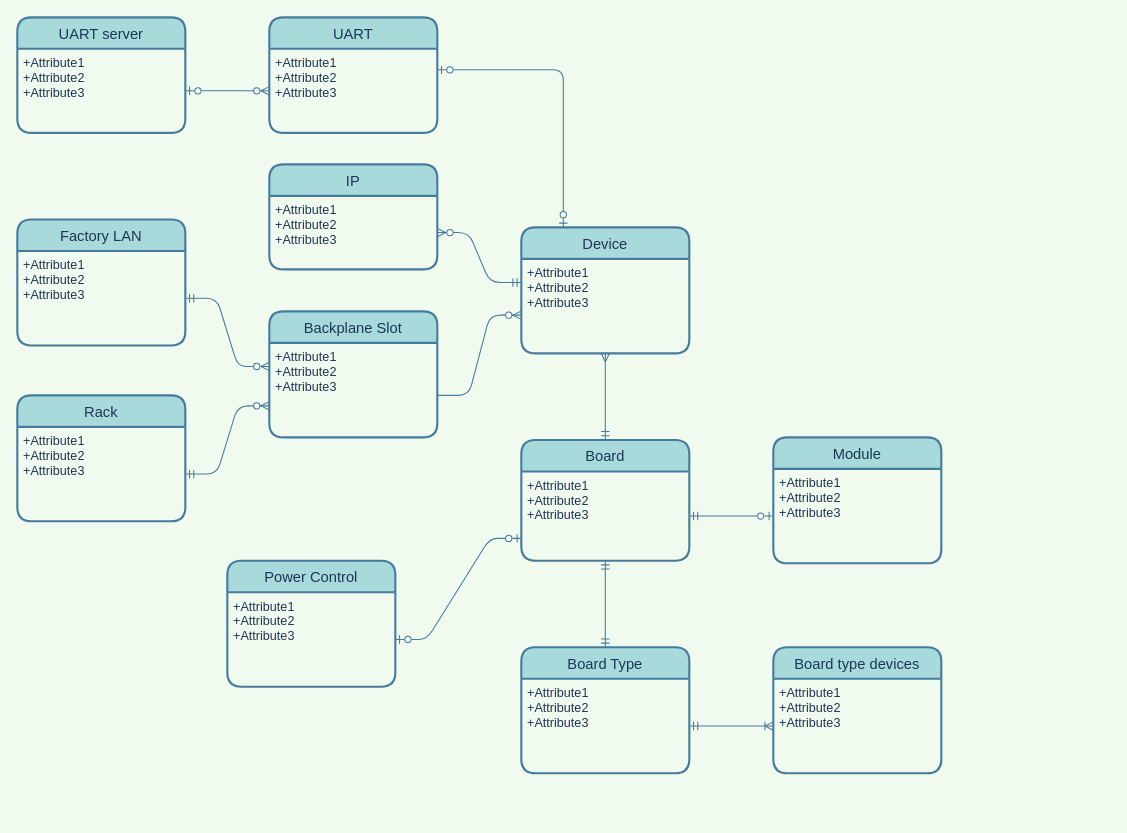
This is ConfManager/models/PlatformConfig.drawio from cygerior/LabManager, a draw.io file, before an edit. Source tidied: cells renumbered, new cells numbered last; positions are measured from the earlier drawing's top-left corner, leaving out a move shared by most shapes. Both pictures are drawn from the tidied source at 105%, with x=0, y=0 at pixel (17, 17).
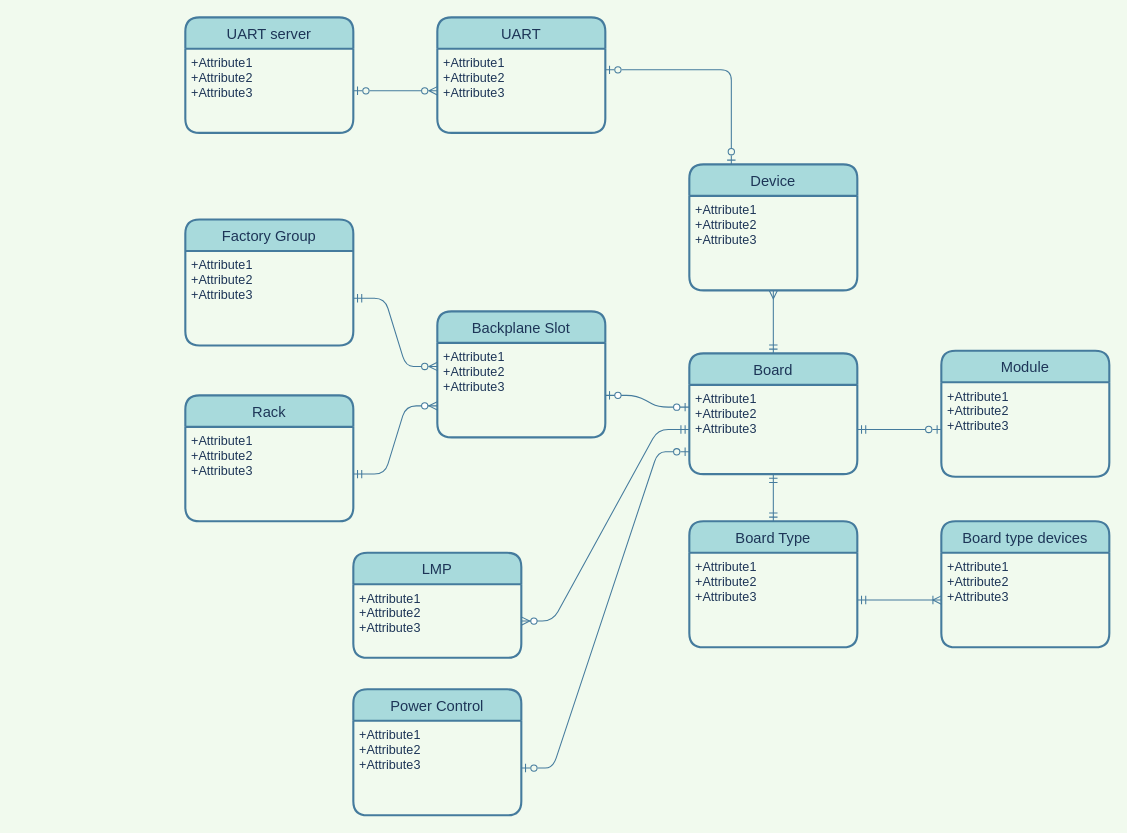
The same diagram, later.

The change refers to these unchanged cells:
```xml
<mxCell id="5" value="+Attribute1&#10;+Attribute2&#10;+Attribute3" style="align=left;strokeColor=none;fillColor=none;spacingLeft=4;fontSize=12;verticalAlign=top;fontColor=#1D3557;" parent="4" vertex="1">
  <mxGeometry y="30" width="160" height="90" as="geometry" />
</mxCell>
<mxCell id="12" value="+Attribute1&#10;+Attribute2&#10;+Attribute3" style="align=left;strokeColor=none;fillColor=none;spacingLeft=4;fontSize=12;verticalAlign=top;fontColor=#1D3557;" parent="11" vertex="1">
  <mxGeometry y="30" width="160" height="85" as="geometry" />
</mxCell>
<mxCell id="27" value="+Attribute1&#10;+Attribute2&#10;+Attribute3" style="align=left;strokeColor=none;fillColor=none;spacingLeft=4;fontSize=12;verticalAlign=top;fontColor=#1D3557;" parent="26" vertex="1">
  <mxGeometry y="30" width="160" height="70" as="geometry" />
</mxCell>
<mxCell id="36" value="+Attribute1&#10;+Attribute2&#10;+Attribute3" style="align=left;strokeColor=none;fillColor=none;spacingLeft=4;fontSize=12;verticalAlign=top;fontColor=#1D3557;" parent="35" vertex="1">
  <mxGeometry y="30" width="160" height="90" as="geometry" />
</mxCell>
```

Diff of the diagram source:
```diff
@@
-    <mxCell id="2" value="Factory LAN" style="swimlane;horizontal=1;startSize=30;rounded=1;fontSize=14;fontStyle=0;strokeWidth=2;shadow=0;dashed=0;align=center;fillColor=#A8DADC;strokeColor=#457B9D;fontColor=#1D3557;" parent="1" vertex="1">
-      <mxGeometry y="192.5" width="160" height="120" as="geometry" />
+    <mxCell id="2" value="Factory Group" style="swimlane;horizontal=1;startSize=30;rounded=1;fontSize=14;fontStyle=0;strokeWidth=2;shadow=0;dashed=0;align=center;fillColor=#A8DADC;strokeColor=#457B9D;fontColor=#1D3557;" parent="1" vertex="1">
+      <mxGeometry x="160" y="192.5" width="160" height="120" as="geometry" />
     </mxCell>
@@
     <mxCell id="4" value="Backplane Slot" style="swimlane;horizontal=1;startSize=30;rounded=1;fontSize=14;fontStyle=0;strokeWidth=2;shadow=0;dashed=0;align=center;fillColor=#A8DADC;strokeColor=#457B9D;fontColor=#1D3557;" parent="1" vertex="1">
-      <mxGeometry x="240" y="280" width="160" height="120" as="geometry" />
+      <mxGeometry x="400" y="280" width="160" height="120" as="geometry" />
     </mxCell>
@@
     <mxCell id="7" value="Rack" style="swimlane;horizontal=1;startSize=30;rounded=1;fontSize=14;fontStyle=0;strokeWidth=2;shadow=0;dashed=0;align=center;fillColor=#A8DADC;strokeColor=#457B9D;fontColor=#1D3557;" parent="1" vertex="1">
-      <mxGeometry y="360" width="160" height="120" as="geometry" />
+      <mxGeometry x="160" y="360" width="160" height="120" as="geometry" />
     </mxCell>
@@
-    <mxCell id="10" style="edgeStyle=entityRelationEdgeStyle;fontSize=12;html=1;endArrow=ERzeroToMany;endFill=1;entryX=0;entryY=0.596;entryDx=0;entryDy=0;exitX=1;exitY=0.556;exitDx=0;exitDy=0;exitPerimeter=0;strokeColor=#457B9D;fontColor=#1D3557;entryPerimeter=0;labelBackgroundColor=#F1FAEE;" parent="1" edge="1" source="5" target="36">
+    <mxCell id="10" style="edgeStyle=entityRelationEdgeStyle;fontSize=12;html=1;endArrow=ERzeroToOne;endFill=1;entryX=0;entryY=0.25;entryDx=0;entryDy=0;exitX=1;exitY=0.556;exitDx=0;exitDy=0;exitPerimeter=0;strokeColor=#457B9D;fontColor=#1D3557;labelBackgroundColor=#F1FAEE;startArrow=ERzeroToOne;startFill=1;" parent="1" edge="1" source="5" target="12">
       <mxGeometry relative="1" as="geometry" />
     </mxCell>
     <mxCell id="11" value="Board" style="swimlane;horizontal=1;startSize=30;rounded=1;fontSize=14;fontStyle=0;strokeWidth=2;shadow=0;dashed=0;align=center;fillColor=#A8DADC;strokeColor=#457B9D;fontColor=#1D3557;" parent="1" vertex="1">
-      <mxGeometry x="480" y="402.5" width="160" height="115" as="geometry" />
+      <mxGeometry x="640" y="320" width="160" height="115" as="geometry" />
     </mxCell>
@@
     <mxCell id="14" value="Module" style="swimlane;horizontal=1;startSize=30;rounded=1;fontSize=14;fontStyle=0;strokeWidth=2;shadow=0;dashed=0;align=center;fillColor=#A8DADC;strokeColor=#457B9D;fontColor=#1D3557;" parent="1" vertex="1">
-      <mxGeometry x="720" y="400" width="160" height="120" as="geometry" />
+      <mxGeometry x="880" y="317.5" width="160" height="120" as="geometry" />
     </mxCell>
@@
     <mxCell id="17" value="Power Control" style="swimlane;horizontal=1;startSize=30;rounded=1;fontSize=14;fontStyle=0;strokeWidth=2;shadow=0;dashed=0;align=center;fillColor=#A8DADC;strokeColor=#457B9D;fontColor=#1D3557;" parent="1" vertex="1">
-      <mxGeometry x="200" y="517.5" width="160" height="120" as="geometry" />
+      <mxGeometry x="320" y="640" width="160" height="120" as="geometry" />
     </mxCell>
@@
     <mxCell id="20" value="Board Type" style="swimlane;horizontal=1;startSize=30;rounded=1;fontSize=14;fontStyle=0;strokeWidth=2;shadow=0;dashed=0;align=center;fillColor=#A8DADC;strokeColor=#457B9D;fontColor=#1D3557;" parent="1" vertex="1">
-      <mxGeometry x="480" y="600" width="160" height="120" as="geometry" />
+      <mxGeometry x="640" y="480" width="160" height="120" as="geometry" />
     </mxCell>
@@
     <mxCell id="22" value="Board type devices" style="swimlane;horizontal=1;startSize=30;rounded=1;fontSize=14;fontStyle=0;strokeWidth=2;shadow=0;dashed=0;align=center;fillColor=#A8DADC;strokeColor=#457B9D;fontColor=#1D3557;" parent="1" vertex="1">
-      <mxGeometry x="720" y="600" width="160" height="120" as="geometry" />
+      <mxGeometry x="880" y="480" width="160" height="120" as="geometry" />
     </mxCell>
@@
-    <mxCell id="26" value="IP" style="swimlane;horizontal=1;startSize=30;rounded=1;fontSize=14;fontStyle=0;strokeWidth=2;shadow=0;dashed=0;align=center;fillColor=#A8DADC;strokeColor=#457B9D;fontColor=#1D3557;" parent="1" vertex="1">
-      <mxGeometry x="240" y="140" width="160" height="100" as="geometry" />
+    <mxCell id="26" value="LMP" style="swimlane;horizontal=1;startSize=30;rounded=1;fontSize=14;fontStyle=0;strokeWidth=2;shadow=0;dashed=0;align=center;fillColor=#A8DADC;strokeColor=#457B9D;fontColor=#1D3557;" parent="1" vertex="1">
+      <mxGeometry x="320" y="510" width="160" height="100" as="geometry" />
     </mxCell>
@@
     <mxCell id="28" value="UART" style="swimlane;horizontal=1;startSize=30;rounded=1;fontSize=14;fontStyle=0;strokeWidth=2;shadow=0;dashed=0;align=center;fillColor=#A8DADC;strokeColor=#457B9D;fontColor=#1D3557;" parent="1" vertex="1">
-      <mxGeometry x="240" width="160" height="110" as="geometry" />
+      <mxGeometry x="400" width="160" height="110" as="geometry" />
     </mxCell>
@@
-    <mxCell id="31" style="edgeStyle=entityRelationEdgeStyle;fontSize=12;html=1;endArrow=ERmandOne;startArrow=ERzeroToMany;fontColor=#1D3557;strokeColor=#457B9D;fillColor=#A8DADC;exitX=1;exitY=0.5;exitDx=0;exitDy=0;entryX=0;entryY=0.25;entryDx=0;entryDy=0;endFill=0;startFill=1;labelBackgroundColor=#F1FAEE;" parent="1" edge="1" source="27" target="36">
+    <mxCell id="31" style="edgeStyle=entityRelationEdgeStyle;fontSize=12;html=1;endArrow=ERmandOne;startArrow=ERzeroToMany;fontColor=#1D3557;strokeColor=#457B9D;fillColor=#A8DADC;exitX=1;exitY=0.5;exitDx=0;exitDy=0;entryX=0;entryY=0.5;entryDx=0;entryDy=0;endFill=0;startFill=1;labelBackgroundColor=#F1FAEE;" parent="1" edge="1" source="27" target="12">
       <mxGeometry relative="1" as="geometry" />
     </mxCell>
     <mxCell id="32" value="UART server" style="swimlane;horizontal=1;startSize=30;rounded=1;fontSize=14;fontStyle=0;strokeWidth=2;shadow=0;dashed=0;align=center;sketch=0;fontColor=#1D3557;fillColor=#A8DADC;strokeColor=#457B9D;" parent="1" vertex="1">
-      <mxGeometry width="160" height="110" as="geometry" />
+      <mxGeometry x="160" width="160" height="110" as="geometry" />
     </mxCell>
@@
     <mxCell id="35" value="Device" style="swimlane;horizontal=1;startSize=30;rounded=1;fontSize=14;fontStyle=0;strokeWidth=2;shadow=0;dashed=0;align=center;sketch=0;fontColor=#1D3557;fillColor=#A8DADC;strokeColor=#457B9D;" parent="1" vertex="1">
-      <mxGeometry x="480" y="200" width="160" height="120" as="geometry" />
+      <mxGeometry x="640" y="140" width="160" height="120" as="geometry" />
     </mxCell>
```
